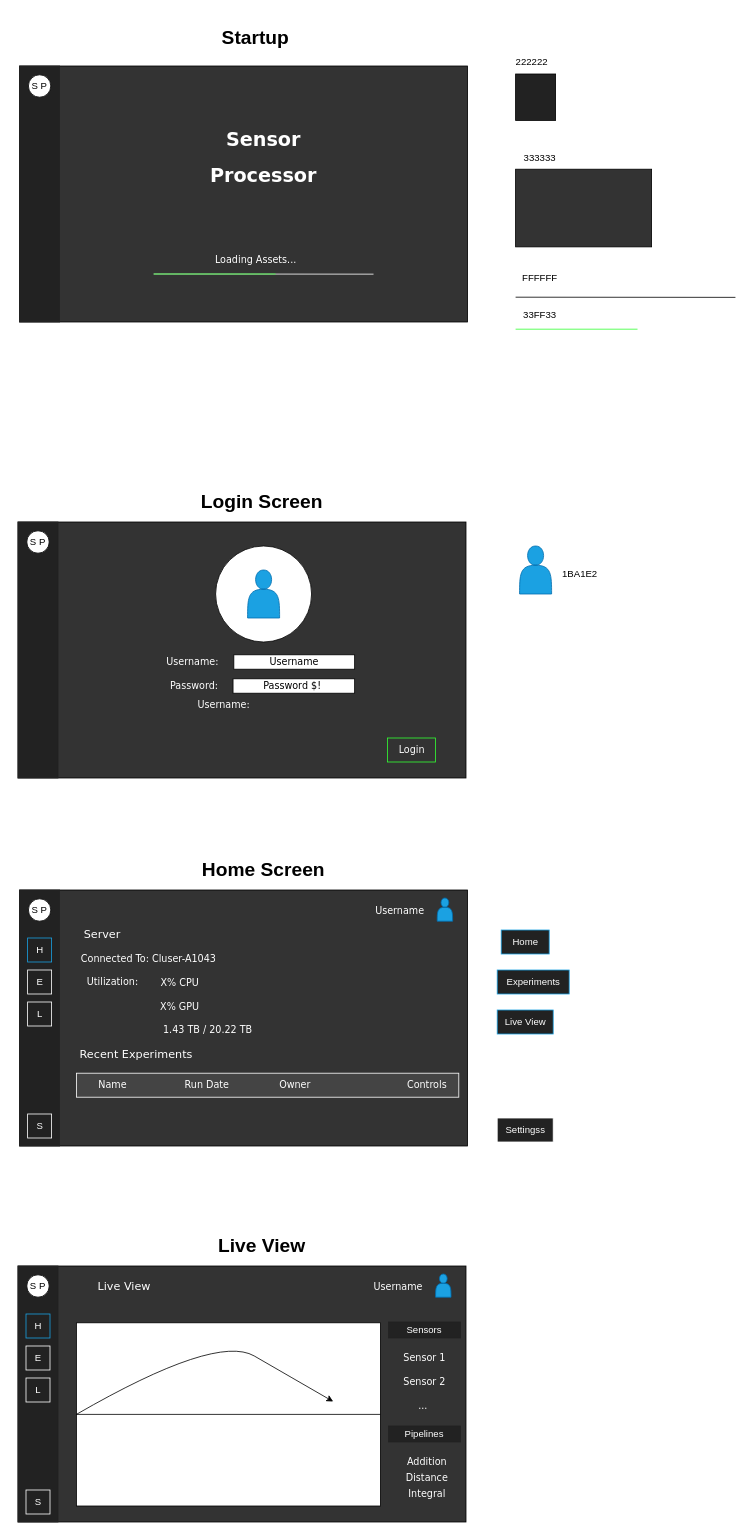
This is page "UI Mocks" (2 of 2) of SensorProcessorWpf/SensorProcessor.drawio from ArnoldNunez/SensorProcessorWpf, a draw.io file, before an edit. Source tidied: cells renumbered, new cells numbered last; positions are measured from the earlier drawing's top-left corner, leaving out a move shared by most shapes. Both pictures are drawn from the tidied source at 80%, with x=0, y=0 at pixel (14, 26).
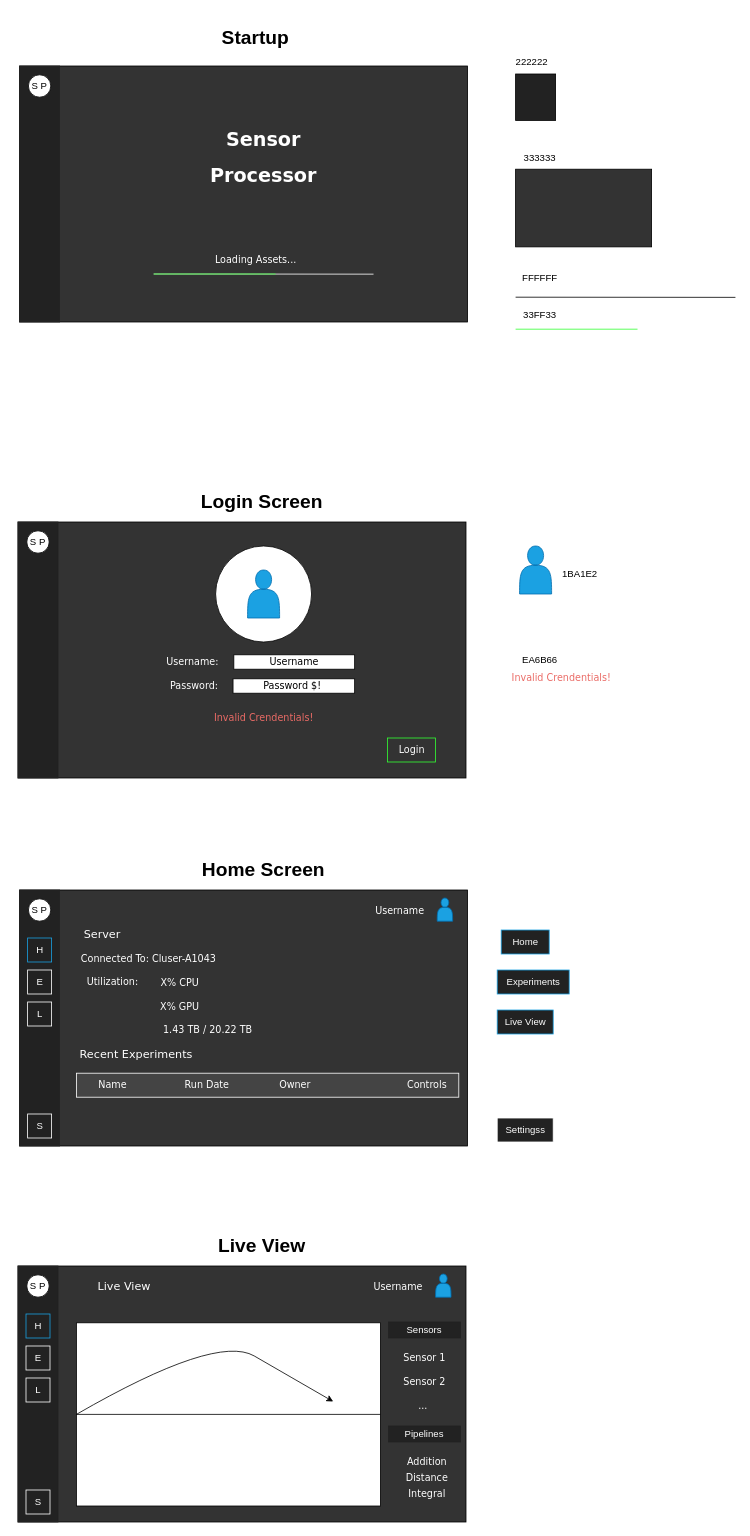
The same page after the edit.

Change to the diagram source:
```diff
@@
-    <mxCell id="39" value="&lt;font style=&quot;color: rgb(255, 255, 255);&quot;&gt;Username:&lt;/font&gt;" style="text;html=1;align=center;verticalAlign=middle;strokeColor=none;fillColor=none;fontFamily=Verdana;" parent="1" vertex="1">
-      <mxGeometry x="217" y="834" width="90" height="30" as="geometry" />
+    <mxCell id="39" value="&lt;font style=&quot;color: rgb(234, 107, 102);&quot;&gt;Invalid Crendentials!&lt;/font&gt;" style="text;html=1;align=center;verticalAlign=middle;strokeColor=none;fillColor=none;fontFamily=Verdana;" parent="1" vertex="1">
+      <mxGeometry x="237" y="850" width="150" height="30" as="geometry" />
     </mxCell>
@@
+    <mxCell id="84" value="&lt;font style=&quot;color: rgb(234, 107, 102);&quot;&gt;Invalid Crendentials!&lt;/font&gt;" style="text;html=1;align=center;verticalAlign=middle;strokeColor=none;fillColor=none;fontFamily=Verdana;" parent="1" vertex="1">
+      <mxGeometry x="609" y="800" width="150" height="30" as="geometry" />
+    </mxCell>
+    <mxCell id="85" value="EA6B66" style="text;html=1;align=center;verticalAlign=middle;strokeColor=none;fillColor=none;" parent="1" vertex="1">
+      <mxGeometry x="622" y="778" width="70" height="30" as="geometry" />
+    </mxCell>
```
